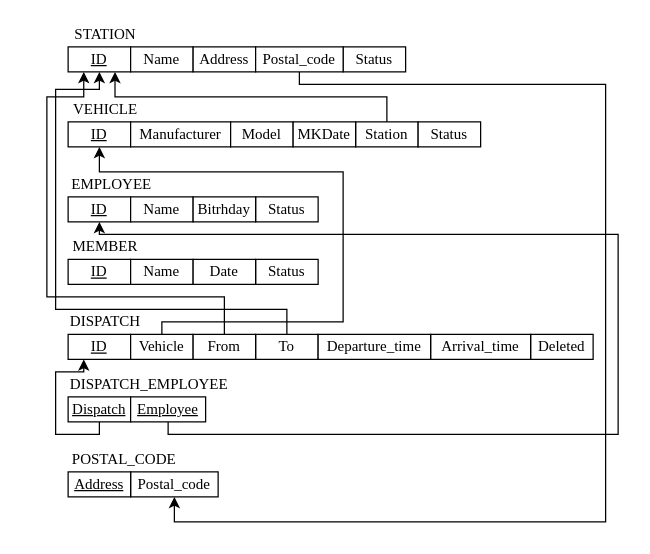
This is DB/HW3/src/drawio/3aiii.drawio from W-X-Dai/tex, a draw.io file, before an edit. Source tidied: cells renumbered, new cells numbered last; positions are measured from the earlier drawing's top-left corner, leaving out a move shared by most shapes. Both pictures are drawn from the tidied source at 125%, with x=0, y=0 at pixel (46, 21).
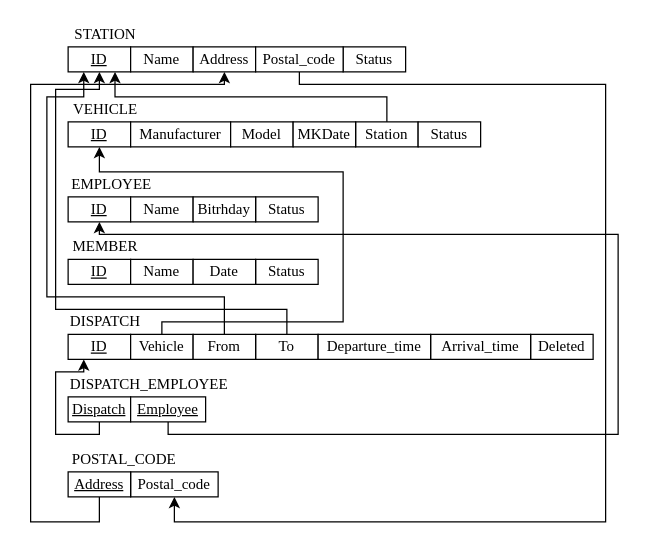
After the change.

The change refers to these unchanged cells:
```xml
<mxCell id="4" value="&lt;font face=&quot;Times New Roman&quot;&gt;Address&lt;/font&gt;" style="rounded=0;whiteSpace=wrap;html=1;" parent="1" vertex="1">
  <mxGeometry x="117" y="20" width="50" height="20" as="geometry" />
</mxCell>
<mxCell id="42" value="&lt;font face=&quot;Times New Roman&quot;&gt;&lt;u&gt;Address&lt;/u&gt;&lt;/font&gt;" style="rounded=0;whiteSpace=wrap;html=1;" parent="1" vertex="1">
  <mxGeometry x="17" y="360" width="50" height="20" as="geometry" />
</mxCell>
```

The edit, as a diff of the source:
```diff
@@
+    <mxCell id="46" style="edgeStyle=orthogonalEdgeStyle;rounded=0;jettySize=auto;html=1;exitX=0.5;exitY=1;exitDx=0;exitDy=0;entryX=0.5;entryY=1;entryDx=0;entryDy=0;" parent="1" edge="1" source="42" target="4">
+      <mxGeometry relative="1" as="geometry">
+        <Array as="points">
+          <mxPoint x="42" y="400" />
+          <mxPoint x="-13" y="400" />
+          <mxPoint x="-13" y="50" />
+          <mxPoint x="142" y="50" />
+        </Array>
+      </mxGeometry>
+    </mxCell>
```
